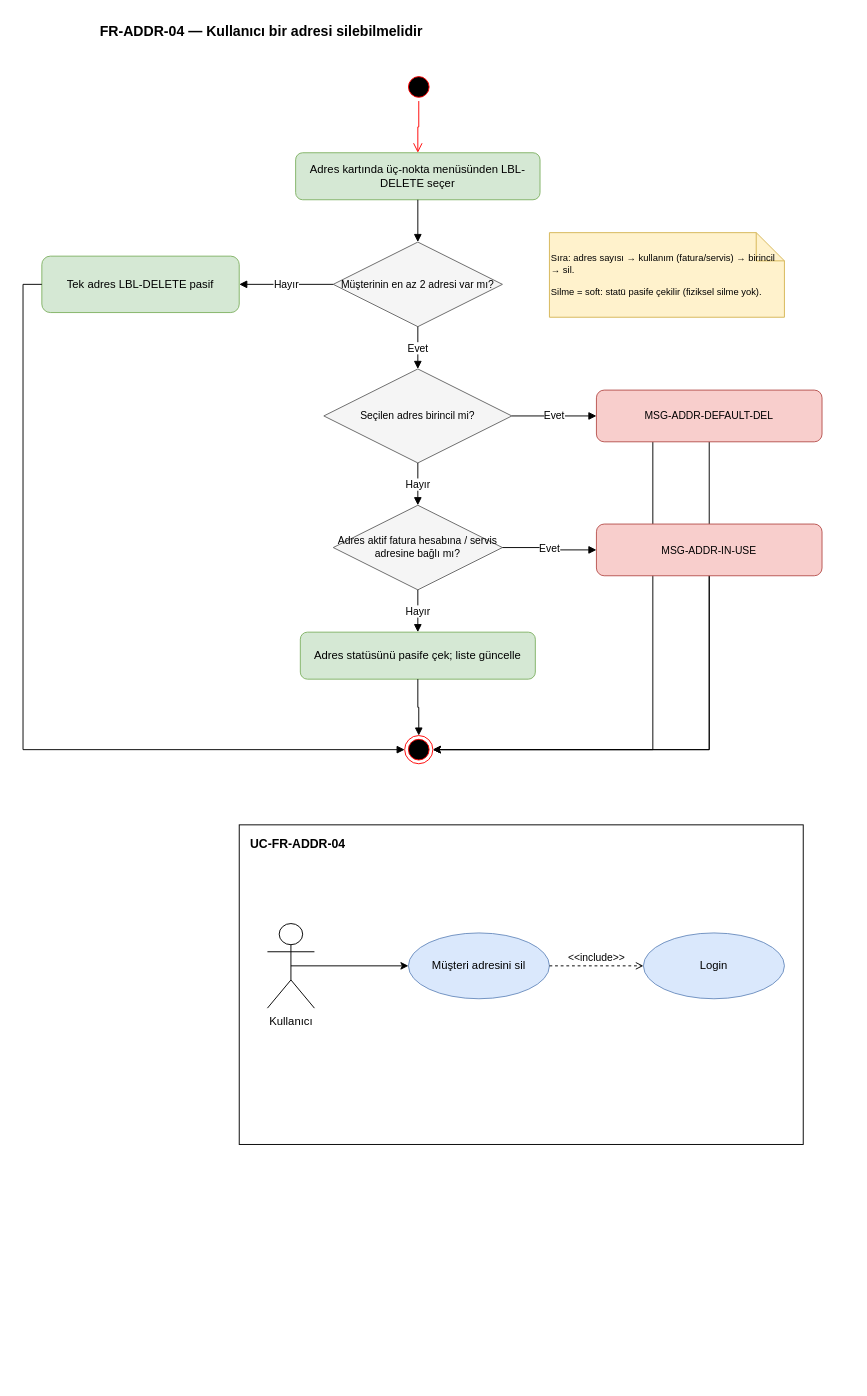
CRM-LITE-SKUNK-WORKS/crm-lite-project keeps this draw.io diagram as page "FR-ADDR-04 Adres Silme" (11 of 24) of docs/source/diagrams/CRMLite_Diagrams_Final.drawio. Above is the earlier version. Source tidied: cells renumbered, new cells numbered last; positions are measured from the earlier drawing's top-left corner, leaving out a move shared by most shapes. Both pictures are drawn from the tidied source at 94%, with x=0, y=0 at pixel (41, 16).
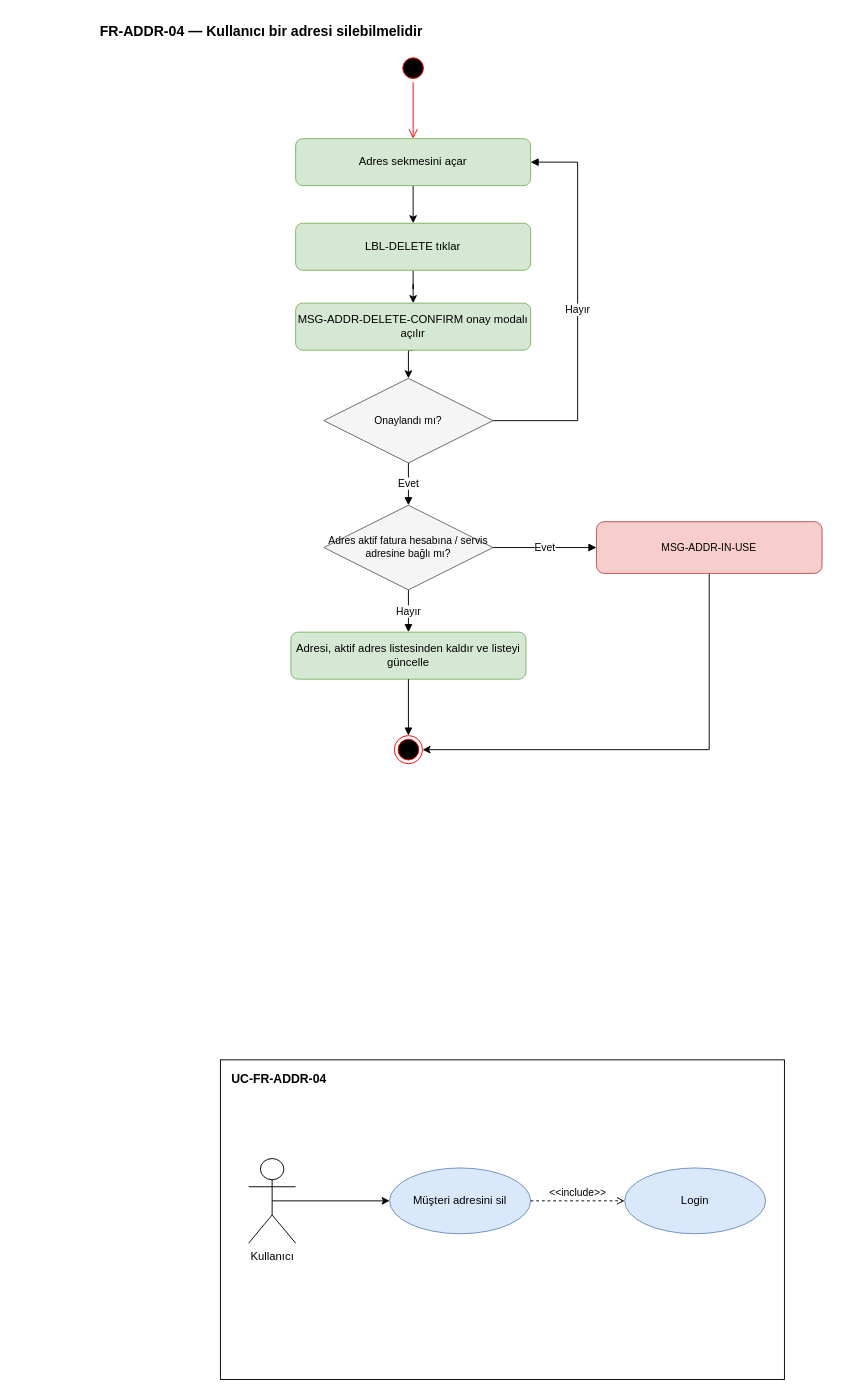
Above is the later version.

Diff of the diagram source:
```diff
@@
-    <mxCell id="3" value="Adres kartında üç-nokta menüsünden LBL-DELETE seçer" style="rounded=1;whiteSpace=wrap;html=1;fillColor=#d5e8d4;strokeColor=#82b366;fontSize=12;" parent="1" vertex="1">
-      <mxGeometry x="270" y="145" width="260" height="50" as="geometry" />
-    </mxCell>
-    <mxCell id="4" value="Müşterinin en az 2 adresi var mı?" style="rhombus;whiteSpace=wrap;html=1;fillColor=#f5f5f5;strokeColor=#666666;fontSize=11;" parent="1" vertex="1">
-      <mxGeometry x="310" y="240" width="180" height="90" as="geometry" />
-    </mxCell>
-    <mxCell id="5" value="Seçilen adres birincil mi?" style="rhombus;whiteSpace=wrap;html=1;fillColor=#f5f5f5;strokeColor=#666666;fontSize=11;" parent="1" vertex="1">
-      <mxGeometry x="300" y="375" width="200" height="100" as="geometry" />
-    </mxCell>
     <mxCell id="6" value="Adres aktif fatura hesabına / servis adresine bağlı mı?" style="rhombus;whiteSpace=wrap;html=1;fillColor=#f5f5f5;strokeColor=#666666;fontSize=11;" parent="1" vertex="1">
-      <mxGeometry x="310" y="520" width="180" height="90" as="geometry" />
+      <mxGeometry x="300" y="520" width="180" height="90" as="geometry" />
     </mxCell>
-    <mxCell id="7" value="Adres statüsünü pasife çek; liste güncelle" style="rounded=1;whiteSpace=wrap;html=1;fillColor=#d5e8d4;strokeColor=#82b366;fontSize=12;" parent="1" vertex="1">
-      <mxGeometry x="275" y="655" width="250" height="50" as="geometry" />
+    <mxCell id="7" value="Adresi, aktif adres listesinden kaldır ve listeyi güncelle" style="rounded=1;whiteSpace=wrap;html=1;fillColor=#d5e8d4;strokeColor=#82b366;fontSize=12;" parent="1" vertex="1">
+      <mxGeometry x="265" y="655" width="250" height="50" as="geometry" />
     </mxCell>
-    <mxCell id="8" style="edgeStyle=orthogonalEdgeStyle;rounded=0;jettySize=auto;html=1;exitX=0.5;exitY=1;exitDx=0;exitDy=0;entryX=1;entryY=0.5;entryDx=0;entryDy=0;" parent="1" edge="1" source="11" target="24">
-      <mxGeometry relative="1" as="geometry" />
-    </mxCell>
-    <mxCell id="9" value="Tek adres LBL-DELETE pasif" style="rounded=1;whiteSpace=wrap;html=1;fillColor=#d5e8d4;strokeColor=#82b366;fontSize=12;" parent="1" vertex="1">
-      <mxGeometry y="255" width="210" height="60" as="geometry" />
-    </mxCell>
-    <mxCell id="10" style="edgeStyle=orthogonalEdgeStyle;rounded=0;jettySize=auto;html=1;exitX=0.25;exitY=1;exitDx=0;exitDy=0;entryX=1;entryY=0.5;entryDx=0;entryDy=0;" parent="1" edge="1" source="11" target="24">
-      <mxGeometry relative="1" as="geometry" />
-    </mxCell>
-    <mxCell id="11" value="MSG-ADDR-DEFAULT-DEL" style="rounded=1;whiteSpace=wrap;html=1;fillColor=#f8cecc;strokeColor=#b85450;fontSize=11;" parent="1" vertex="1">
-      <mxGeometry x="590" y="397.5" width="240" height="55" as="geometry" />
-    </mxCell>
-    <mxCell id="12" value="Sıra: adres sayısı → kullanım (fatura/servis) → birincil → sil. &lt;br&gt;&lt;br&gt;Silme = soft: statü pasife çekilir (fiziksel silme yok)." style="shape=note;whiteSpace=wrap;html=1;fillColor=#fff2cc;strokeColor=#d6b656;align=left;fontSize=10;" parent="1" vertex="1">
-      <mxGeometry x="540" y="230" width="250" height="90" as="geometry" />
-    </mxCell>
-    <mxCell id="13" style="edgeStyle=orthogonalEdgeStyle;rounded=0;html=1;endArrow=block;endFill=1;jettySize=auto;" parent="1" edge="1" source="3" target="4">
-      <mxGeometry relative="1" as="geometry" />
-    </mxCell>
-    <mxCell id="14" value="Evet" style="edgeStyle=orthogonalEdgeStyle;rounded=0;html=1;endArrow=block;endFill=1;jettySize=auto;" parent="1" edge="1" source="4" target="5">
-      <mxGeometry relative="1" as="geometry" />
-    </mxCell>
-    <mxCell id="15" value="Hayır" style="edgeStyle=orthogonalEdgeStyle;rounded=0;html=1;endArrow=block;endFill=1;jettySize=auto;exitX=0;exitY=0.5;exitDx=0;exitDy=0;entryX=1;entryY=0.5;entryDx=0;entryDy=0;" parent="1" edge="1" source="4" target="9">
-      <mxGeometry relative="1" as="geometry" />
-    </mxCell>
@@
     <mxCell id="17" value="MSG-ADDR-IN-USE" style="rounded=1;whiteSpace=wrap;html=1;fillColor=#f8cecc;strokeColor=#b85450;fontSize=11;" parent="1" vertex="1">
-      <mxGeometry x="590" y="540" width="240" height="55" as="geometry" />
+      <mxGeometry x="590" y="537.5" width="240" height="55" as="geometry" />
     </mxCell>
-    <mxCell id="18" style="edgeStyle=orthogonalEdgeStyle;rounded=0;html=1;endArrow=block;endFill=1;jettySize=auto;exitX=0;exitY=0.5;exitDx=0;exitDy=0;entryX=0;entryY=0.5;entryDx=0;entryDy=0;" parent="1" edge="1" source="9" target="24">
-      <mxGeometry relative="1" as="geometry" />
-    </mxCell>
-    <mxCell id="19" value="Hayır" style="edgeStyle=orthogonalEdgeStyle;rounded=0;html=1;endArrow=block;endFill=1;jettySize=auto;" parent="1" edge="1" source="5" target="6">
-      <mxGeometry relative="1" as="geometry" />
-    </mxCell>
-    <mxCell id="20" value="Evet" style="edgeStyle=orthogonalEdgeStyle;rounded=0;html=1;endArrow=block;endFill=1;jettySize=auto;exitX=1;exitY=0.5;exitDx=0;exitDy=0;entryX=0;entryY=0.5;entryDx=0;entryDy=0;" parent="1" edge="1" source="5" target="11">
-      <mxGeometry relative="1" as="geometry" />
-    </mxCell>
@@
     <mxCell id="24" style="ellipse;html=1;shape=endState;fillColor=#000000;strokeColor=#ff0000;" parent="1" vertex="1">
-      <mxGeometry x="386" y="765" width="30" height="30" as="geometry" />
+      <mxGeometry x="375" y="765" width="30" height="30" as="geometry" />
     </mxCell>
     <mxCell id="25" style="ellipse;html=1;shape=startState;fillColor=#000000;strokeColor=#ff0000;" parent="1" vertex="1">
-      <mxGeometry x="386" y="60" width="30" height="30" as="geometry" />
+      <mxGeometry x="380" y="40" width="30" height="30" as="geometry" />
     </mxCell>
-    <mxCell id="26" style="edgeStyle=orthogonalEdgeStyle;html=1;verticalAlign=bottom;endArrow=open;endSize=8;strokeColor=#ff0000;rounded=0;" parent="1" edge="1" source="25" target="3">
+    <mxCell id="26" style="edgeStyle=orthogonalEdgeStyle;html=1;verticalAlign=bottom;endArrow=open;endSize=8;strokeColor=#ff0000;rounded=0;entryX=0.5;entryY=0;entryDx=0;entryDy=0;" parent="1" edge="1" source="25" target="40">
       <mxGeometry relative="1" as="geometry" />
     </mxCell>
     <mxCell id="27" value="UC-FR-ADDR-04" style="rounded=0;whiteSpace=wrap;html=1;fillColor=none;strokeColor=#000000;verticalAlign=top;align=left;fontStyle=1;fontSize=13;spacingLeft=10;spacingTop=6;" parent="1" vertex="1">
-      <mxGeometry x="210" y="860" width="600" height="340" as="geometry" />
+      <mxGeometry x="190" y="1110" width="600" height="340" as="geometry" />
     </mxCell>
     <mxCell id="28" value="Müşteri adresini sil" style="ellipse;whiteSpace=wrap;html=1;fillColor=#dae8fc;strokeColor=#6c8ebf;fontSize=12;" parent="1" vertex="1">
-      <mxGeometry x="390" y="975" width="150" height="70" as="geometry" />
+      <mxGeometry x="370" y="1225" width="150" height="70" as="geometry" />
     </mxCell>
@@
     <mxCell id="30" value="Kullanıcı" style="shape=umlActor;verticalLabelPosition=bottom;verticalAlign=top;html=1;outlineConnect=0;fontSize=12;" parent="1" vertex="1">
-      <mxGeometry x="240" y="965" width="50" height="90" as="geometry" />
+      <mxGeometry x="220" y="1215" width="50" height="90" as="geometry" />
     </mxCell>
     <mxCell id="31" value="Login" style="ellipse;whiteSpace=wrap;html=1;fillColor=#dae8fc;strokeColor=#6c8ebf;fontSize=12;" parent="1" vertex="1">
-      <mxGeometry x="640" y="975" width="150" height="70" as="geometry" />
+      <mxGeometry x="620" y="1225" width="150" height="70" as="geometry" />
     </mxCell>
@@
+    <mxCell id="33" style="edgeStyle=orthogonalEdgeStyle;rounded=0;jettySize=auto;html=1;exitX=0.5;exitY=1;exitDx=0;exitDy=0;" parent="1" edge="1" source="34" target="38">
+      <mxGeometry relative="1" as="geometry" />
+    </mxCell>
+    <mxCell id="34" value="LBL-DELETE tıklar" style="rounded=1;whiteSpace=wrap;html=1;fillColor=#d5e8d4;strokeColor=#82b366;fontSize=12;" parent="1" vertex="1">
+      <mxGeometry x="270" y="220" width="250" height="50" as="geometry" />
+    </mxCell>
+    <mxCell id="35" value="&lt;span&gt;Onaylandı mı?&lt;/span&gt;" style="rhombus;whiteSpace=wrap;html=1;fillColor=#f5f5f5;strokeColor=#666666;fontSize=11;" parent="1" vertex="1">
+      <mxGeometry x="300" y="385" width="180" height="90" as="geometry" />
+    </mxCell>
+    <mxCell id="14" value="Evet" style="edgeStyle=orthogonalEdgeStyle;rounded=0;html=1;endArrow=block;endFill=1;jettySize=auto;" parent="1" edge="1" source="35">
+      <mxGeometry x="-0.02" relative="1" as="geometry">
+        <mxPoint x="390" y="520" as="targetPoint" />
+      </mxGeometry>
+    </mxCell>
+    <mxCell id="36" value="Hayır" style="edgeStyle=orthogonalEdgeStyle;rounded=0;html=1;endArrow=block;endFill=1;jettySize=auto;exitX=1;exitY=0.5;exitDx=0;exitDy=0;entryX=1;entryY=0.5;entryDx=0;entryDy=0;" parent="1" edge="1" source="35" target="40">
+      <mxGeometry relative="1" as="geometry">
+        <Array as="points">
+          <mxPoint x="570" y="430" />
+          <mxPoint x="570" y="155" />
+        </Array>
+      </mxGeometry>
+    </mxCell>
+    <mxCell id="37" style="edgeStyle=orthogonalEdgeStyle;rounded=0;jettySize=auto;html=1;exitX=0.5;exitY=1;exitDx=0;exitDy=0;entryX=0.5;entryY=0;entryDx=0;entryDy=0;" parent="1" edge="1" source="38" target="35">
+      <mxGeometry relative="1" as="geometry" />
+    </mxCell>
+    <mxCell id="38" value="&lt;span&gt;MSG-ADDR-DELETE-CONFIRM onay modalı açılır&lt;/span&gt;" style="rounded=1;whiteSpace=wrap;html=1;fillColor=#d5e8d4;strokeColor=#82b366;fontSize=12;" parent="1" vertex="1">
+      <mxGeometry x="270" y="305" width="250" height="50" as="geometry" />
+    </mxCell>
+    <mxCell id="39" style="edgeStyle=orthogonalEdgeStyle;rounded=0;jettySize=auto;html=1;exitX=0.5;exitY=1;exitDx=0;exitDy=0;entryX=0.5;entryY=0;entryDx=0;entryDy=0;" parent="1" edge="1" source="40" target="34">
+      <mxGeometry relative="1" as="geometry" />
+    </mxCell>
+    <mxCell id="40" value="Adres sekmesini açar" style="rounded=1;whiteSpace=wrap;html=1;fillColor=#d5e8d4;strokeColor=#82b366;fontSize=12;" parent="1" vertex="1">
+      <mxGeometry x="270" y="130" width="250" height="50" as="geometry" />
+    </mxCell>
```
